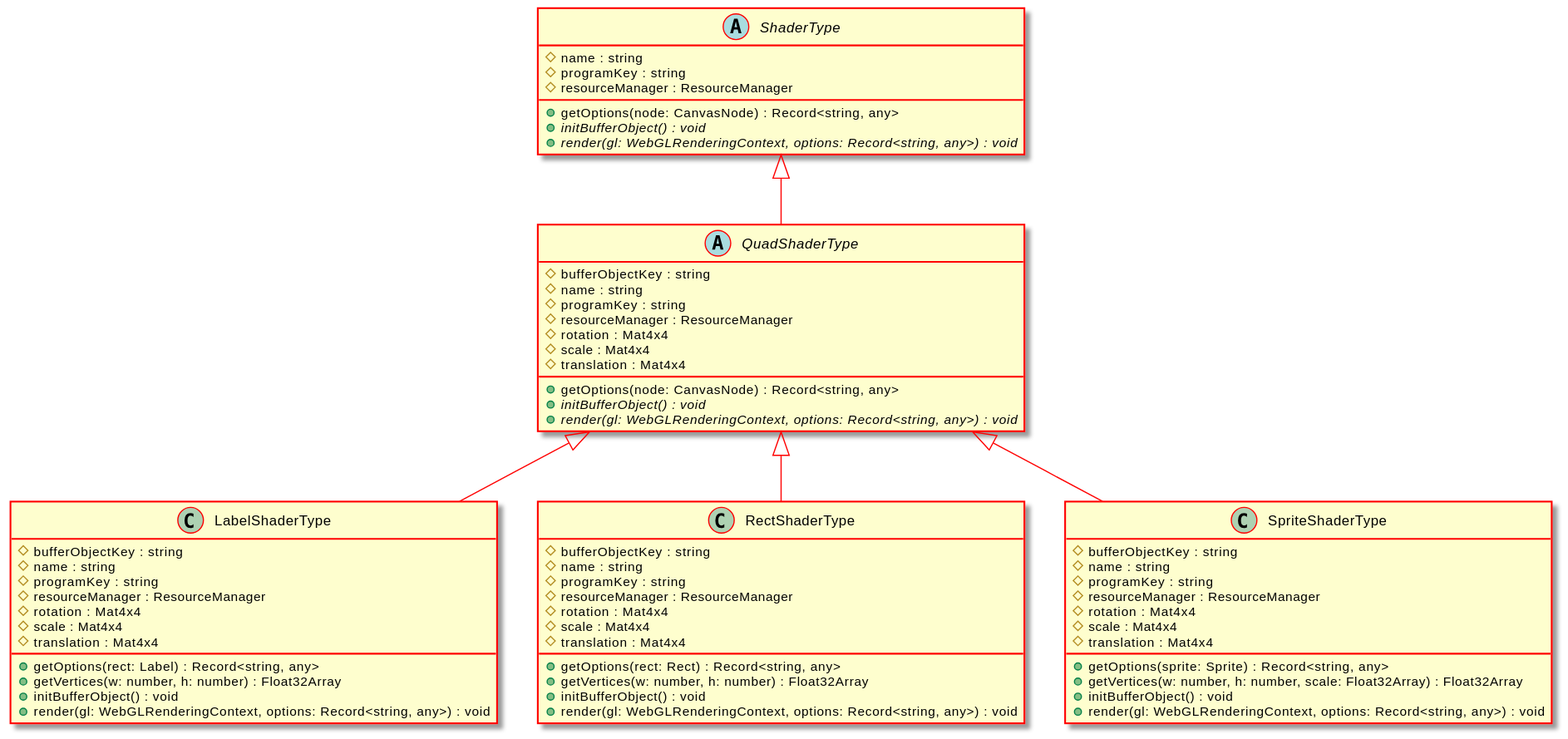
The PlantUML diagram docs/api/assets/QuadShaderType-umlClassDiagram-5808.svg in Test123938/Test2, before a commit.
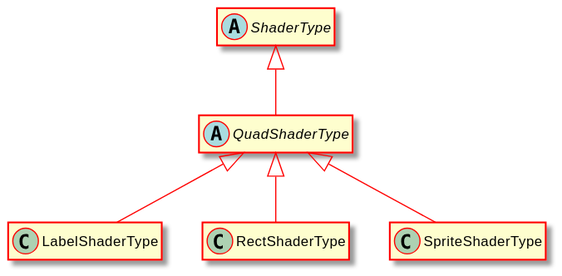
The same file after the commit.

Change to the diagram source:
```diff
@@ -5,66 +5,17 @@
 hide empty methods
 hide empty fields
 abstract class "QuadShaderType" {
-    #bufferObjectKey : string
-    #name : string
-    #programKey : string
-    #resourceManager : ResourceManager
-    #rotation : Mat4x4
-    #scale : Mat4x4
-    #translation : Mat4x4
-    +getOptions(node: CanvasNode) : Record<string, any>
-    {abstract} +initBufferObject() : void
-    {abstract} +render(gl: WebGLRenderingContext, options: Record<string, any>) : void
 }
 abstract class "ShaderType" {
-    #name : string
-    #programKey : string
-    #resourceManager : ResourceManager
-    +getOptions(node: CanvasNode) : Record<string, any>
-    {abstract} +initBufferObject() : void
-    {abstract} +render(gl: WebGLRenderingContext, options: Record<string, any>) : void
 }
 "ShaderType" <|-- "QuadShaderType"
 class "LabelShaderType" {
-    #bufferObjectKey : string
-    #name : string
-    #programKey : string
-    #resourceManager : ResourceManager
-    #rotation : Mat4x4
-    #scale : Mat4x4
-    #translation : Mat4x4
-    +getOptions(rect: Label) : Record<string, any>
-    +getVertices(w: number, h: number) : Float32Array
-    +initBufferObject() : void
-    +render(gl: WebGLRenderingContext, options: Record<string, any>) : void
 }
 "QuadShaderType" <|-- "LabelShaderType"
 class "RectShaderType" {
-    #bufferObjectKey : string
-    #name : string
-    #programKey : string
-    #resourceManager : ResourceManager
-    #rotation : Mat4x4
-    #scale : Mat4x4
-    #translation : Mat4x4
-    +getOptions(rect: Rect) : Record<string, any>
-    +getVertices(w: number, h: number) : Float32Array
-    +initBufferObject() : void
-    +render(gl: WebGLRenderingContext, options: Record<string, any>) : void
 }
 "QuadShaderType" <|-- "RectShaderType"
 class "SpriteShaderType" {
-    #bufferObjectKey : string
-    #name : string
-    #programKey : string
-    #resourceManager : ResourceManager
-    #rotation : Mat4x4
-    #scale : Mat4x4
-    #translation : Mat4x4
-    +getOptions(sprite: Sprite) : Record<string, any>
-    +getVertices(w: number, h: number, scale: Float32Array) : Float32Array
-    +initBufferObject() : void
-    +render(gl: WebGLRenderingContext, options: Record<string, any>) : void
 }
 "QuadShaderType" <|-- "SpriteShaderType"
 @enduml
```
